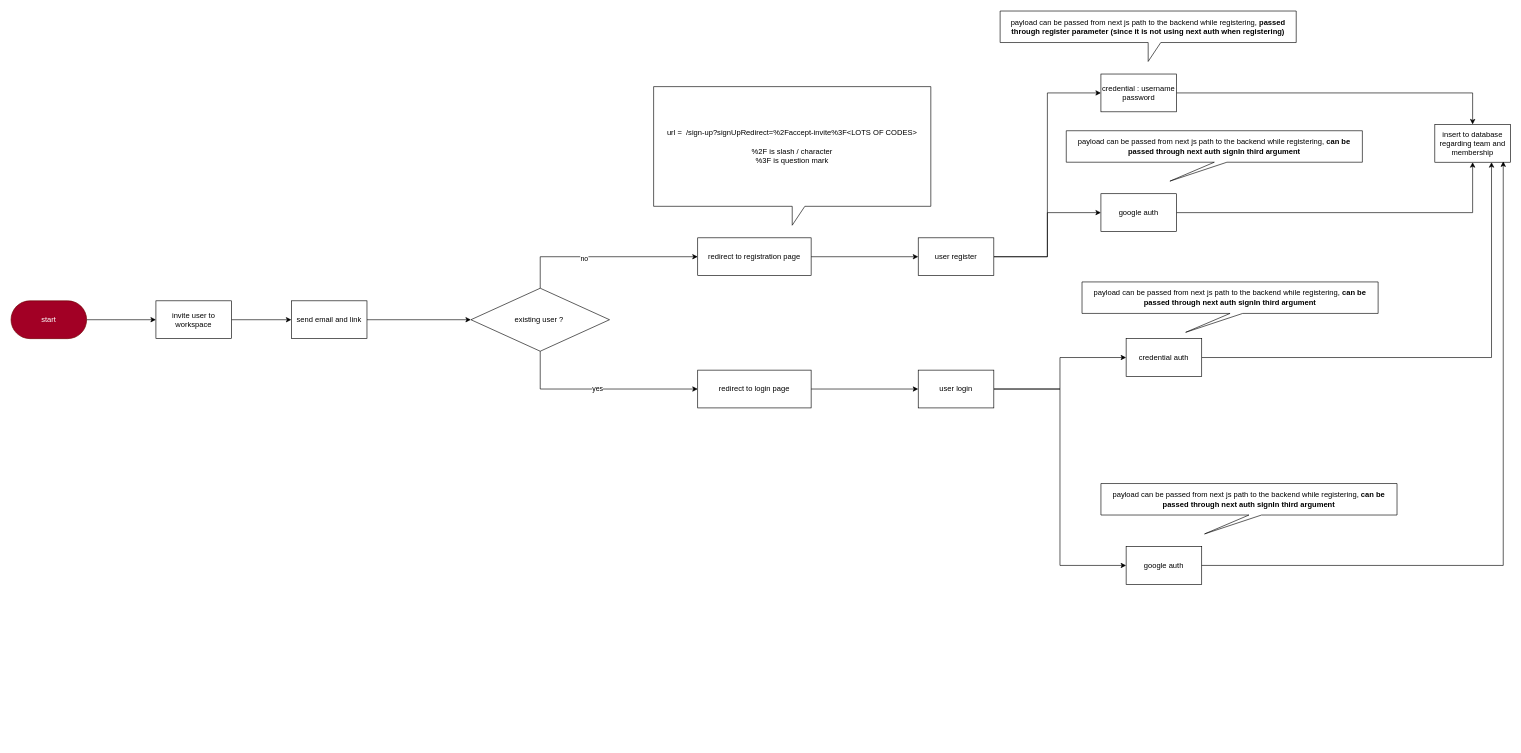
Earlier version of the draw.io diagram page "invitation#" (5 of 6) of sketch.drawio (danirisdiandita/Startup-Monorepo-Template). Source tidied: cells renumbered, new cells numbered last; positions are measured from the earlier drawing's top-left corner, leaving out a move shared by most shapes. Both pictures are drawn from the tidied source at 63%, with x=0, y=0 at pixel (11, 11).
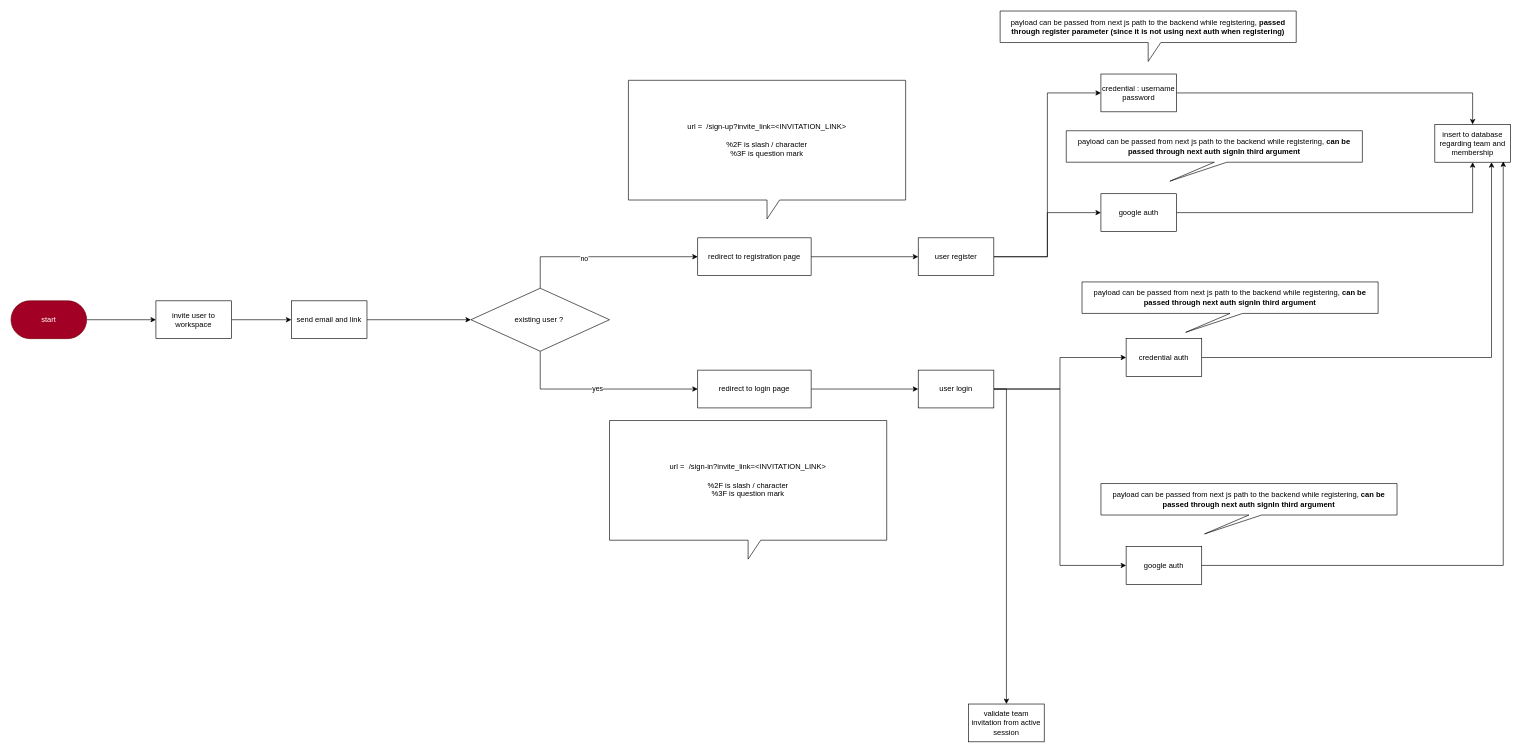
The same diagram, later.

The change refers to these unchanged cells:
```xml
<mxCell id="22" value="user login" style="rounded=0;whiteSpace=wrap;html=1;" parent="1" vertex="1">
  <mxGeometry x="1440" y="570" width="120" height="60" as="geometry" />
</mxCell>
```

Diff of the diagram source:
```diff
@@
+    <mxCell id="37" style="edgeStyle=orthogonalEdgeStyle;rounded=0;jettySize=auto;html=1;exitX=1;exitY=0.5;exitDx=0;exitDy=0;" parent="1" edge="1" source="22" target="40">
+      <mxGeometry relative="1" as="geometry" />
+    </mxCell>
@@
-    <mxCell id="23" value="url =&amp;nbsp; /sign-up?signUpRedirect=%2Faccept-invite%3F&amp;lt;LOTS OF CODES&amp;gt;&lt;br&gt;&lt;br&gt;%2F is slash / character&lt;br&gt;%3F is question mark" style="shape=callout;whiteSpace=wrap;html=1;perimeter=calloutPerimeter;" parent="1" vertex="1">
-      <mxGeometry x="1020" y="120" width="440" height="220" as="geometry" />
-    </mxCell>
@@
+    <mxCell id="38" value="url =&amp;nbsp; /sign-in?invite_link=&amp;lt;INVITATION_LINK&amp;gt;&lt;br&gt;&lt;br&gt;%2F is slash / character&lt;br&gt;%3F is question mark" style="shape=callout;whiteSpace=wrap;html=1;perimeter=calloutPerimeter;" parent="1" vertex="1">
+      <mxGeometry x="950" y="650" width="440" height="220" as="geometry" />
+    </mxCell>
+    <mxCell id="39" value="url =&amp;nbsp; /sign-up?invite_link=&amp;lt;INVITATION_LINK&amp;gt;&lt;br&gt;&lt;br&gt;%2F is slash / character&lt;br&gt;%3F is question mark" style="shape=callout;whiteSpace=wrap;html=1;perimeter=calloutPerimeter;" parent="1" vertex="1">
+      <mxGeometry x="980" y="110" width="440" height="220" as="geometry" />
+    </mxCell>
+    <mxCell id="40" value="validate team invitation from active session" style="rounded=0;whiteSpace=wrap;html=1;" parent="1" vertex="1">
+      <mxGeometry x="1520" y="1100" width="120" height="60" as="geometry" />
+    </mxCell>
```
